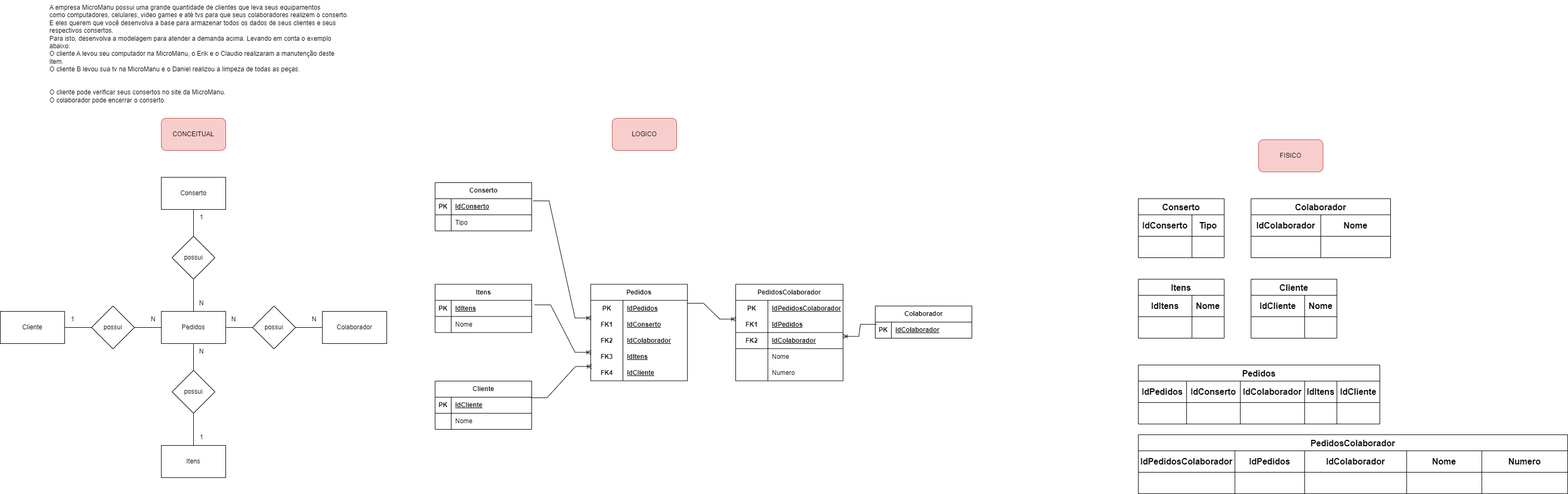
Earlier version of the draw.io export 1.6_micromanu/1.6.completo.drawio.png (prgfe/senai_sprint1_bd). Source tidied: cells renumbered, new cells last; positions are measured from the earlier drawing's top-left corner, leaving out a move shared by most shapes.
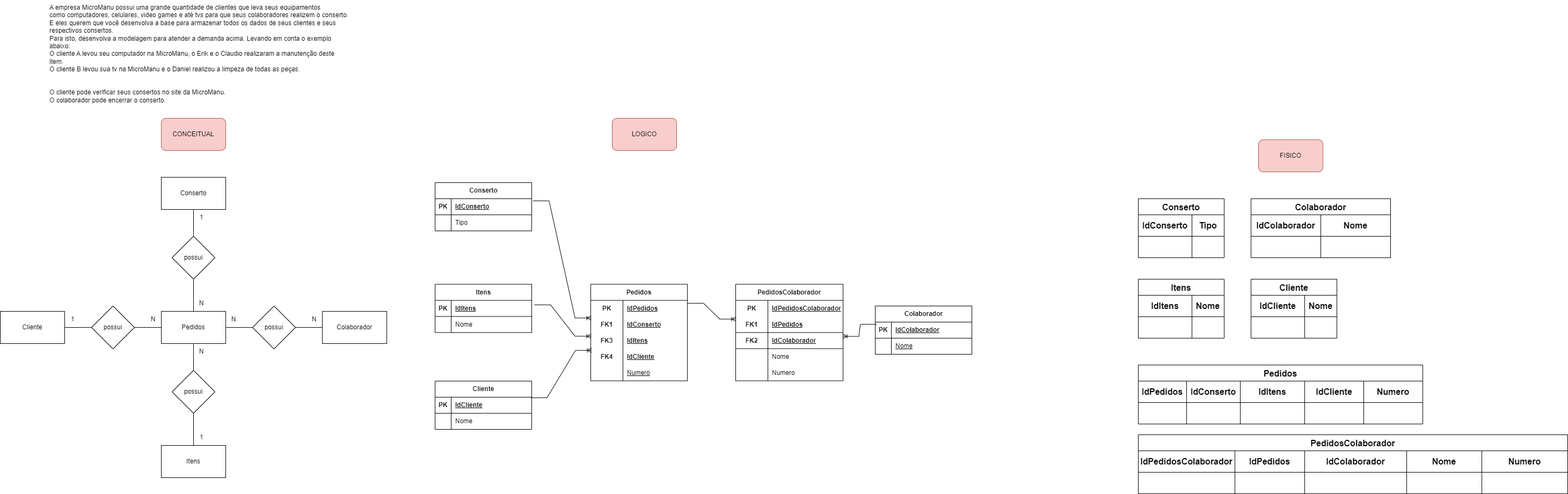
After the change.

Diff of the diagram source:
```diff
@@ -110,17 +110,8 @@
     <mxCell id="37" value="IdConserto" style="shape=partialRectangle;fillColor=none;top=0;left=0;bottom=0;right=0;align=left;spacingLeft=6;fontStyle=5;overflow=hidden;html=1;whiteSpace=wrap;" parent="35" vertex="1">
       <mxGeometry x="60" width="120" height="30" as="geometry" />
     </mxCell>
-    <mxCell id="38" style="shape=tableRow;horizontal=0;startSize=0;swimlaneHead=0;swimlaneBody=0;fillColor=none;top=0;left=0;right=0;bottom=0;html=1;" parent="31" vertex="1">
-      <mxGeometry y="90" width="180" height="30" as="geometry" />
-    </mxCell>
-    <mxCell id="39" value="FK2" style="shape=partialRectangle;fillColor=none;top=0;left=0;bottom=0;right=0;fontStyle=1;overflow=hidden;html=1;whiteSpace=wrap;" parent="38" vertex="1">
-      <mxGeometry width="60" height="30" as="geometry" />
-    </mxCell>
-    <mxCell id="40" value="IdColaborador" style="shape=partialRectangle;fillColor=none;top=0;left=0;bottom=0;right=0;align=left;spacingLeft=6;fontStyle=5;overflow=hidden;html=1;whiteSpace=wrap;" parent="38" vertex="1">
-      <mxGeometry x="60" width="120" height="30" as="geometry" />
-    </mxCell>
     <mxCell id="41" style="shape=tableRow;horizontal=0;startSize=0;swimlaneHead=0;swimlaneBody=0;fillColor=none;points=[[0,0.5],[1,0.5]];portConstraint=eastwest;top=0;left=0;right=0;bottom=0;html=1;" parent="31" vertex="1">
-      <mxGeometry y="120" width="180" height="30" as="geometry" />
+      <mxGeometry y="90" width="180" height="30" as="geometry" />
     </mxCell>
     <mxCell id="42" value="FK3" style="shape=partialRectangle;fillColor=none;top=0;left=0;bottom=0;right=0;fontStyle=1;overflow=hidden;html=1;whiteSpace=wrap;" parent="41" vertex="1">
       <mxGeometry width="60" height="30" as="geometry" />
@@ -129,7 +120,7 @@
       <mxGeometry x="60" width="120" height="30" as="geometry" />
     </mxCell>
     <mxCell id="44" style="shape=tableRow;horizontal=0;startSize=0;swimlaneHead=0;swimlaneBody=0;fillColor=none;points=[[0,0.5],[1,0.5]];portConstraint=eastwest;top=0;left=0;right=0;bottom=0;html=1;" parent="31" vertex="1">
-      <mxGeometry y="150" width="180" height="30" as="geometry" />
+      <mxGeometry y="120" width="180" height="30" as="geometry" />
     </mxCell>
     <mxCell id="45" value="FK4" style="shape=partialRectangle;fillColor=none;top=0;left=0;bottom=0;right=0;fontStyle=1;overflow=hidden;html=1;whiteSpace=wrap;" parent="44" vertex="1">
       <mxGeometry width="60" height="30" as="geometry" />
@@ -137,6 +128,15 @@
     <mxCell id="46" value="IdCliente" style="shape=partialRectangle;fillColor=none;top=0;left=0;bottom=0;right=0;align=left;spacingLeft=6;fontStyle=5;overflow=hidden;html=1;whiteSpace=wrap;" parent="44" vertex="1">
       <mxGeometry x="60" width="120" height="30" as="geometry" />
     </mxCell>
+    <mxCell id="147" style="shape=tableRow;horizontal=0;startSize=0;swimlaneHead=0;swimlaneBody=0;fillColor=none;top=0;left=0;right=0;bottom=0;html=1;" parent="31" vertex="1">
+      <mxGeometry y="150" width="180" height="30" as="geometry" />
+    </mxCell>
+    <mxCell id="148" style="shape=partialRectangle;fillColor=none;top=0;left=0;bottom=0;right=0;fontStyle=1;overflow=hidden;html=1;whiteSpace=wrap;" parent="147" vertex="1">
+      <mxGeometry width="60" height="30" as="geometry" />
+    </mxCell>
+    <mxCell id="149" value="&lt;span style=&quot;font-weight: normal;&quot;&gt;Numero&lt;/span&gt;" style="shape=partialRectangle;fillColor=none;top=0;left=0;bottom=0;right=0;align=left;spacingLeft=6;fontStyle=5;overflow=hidden;html=1;whiteSpace=wrap;" parent="147" vertex="1">
+      <mxGeometry x="60" width="120" height="30" as="geometry" />
+    </mxCell>
     <mxCell id="47" value="Conserto" style="shape=table;startSize=30;rowLines=0;fontStyle=1;align=center;html=1;" parent="1" vertex="1">
       <mxGeometry x="810" y="340" width="180" height="90" as="geometry" />
     </mxCell>
@@ -159,7 +159,7 @@
       <mxGeometry x="30" width="150" height="30" as="geometry" />
     </mxCell>
     <mxCell id="54" value="Colaborador" style="shape=table;startSize=30;rowLines=0;fontStyle=1;align=center;html=1;" parent="1" vertex="1">
-      <mxGeometry x="1630" y="570" width="180" height="60" as="geometry" />
+      <mxGeometry x="1630" y="570" width="180" height="90" as="geometry" />
     </mxCell>
     <mxCell id="55" style="shape=tableRow;horizontal=0;startSize=0;swimlaneHead=0;swimlaneBody=0;fillColor=none;points=[[0,0.5],[1,0.5]];portConstraint=eastwest;top=0;left=0;right=0;bottom=1;" parent="54" vertex="1">
       <mxGeometry y="30" width="180" height="30" as="geometry" />
@@ -170,6 +170,15 @@
     <mxCell id="57" value="IdColaborador" style="shape=partialRectangle;fillColor=none;top=0;left=0;bottom=0;right=0;align=left;spacingLeft=6;fontStyle=5;overflow=hidden;whiteSpace=wrap;html=1;" parent="55" vertex="1">
       <mxGeometry x="30" width="150" height="30" as="geometry" />
     </mxCell>
+    <mxCell id="150" style="shape=tableRow;horizontal=0;startSize=0;swimlaneHead=0;swimlaneBody=0;fillColor=none;top=0;left=0;right=0;bottom=1;" parent="54" vertex="1">
+      <mxGeometry y="60" width="180" height="30" as="geometry" />
+    </mxCell>
+    <mxCell id="151" style="shape=partialRectangle;fillColor=none;top=0;left=0;bottom=0;right=0;fontStyle=1;overflow=hidden;whiteSpace=wrap;html=1;" parent="150" vertex="1">
+      <mxGeometry width="30" height="30" as="geometry" />
+    </mxCell>
+    <mxCell id="152" value="&lt;span style=&quot;font-weight: normal;&quot;&gt;Nome&lt;/span&gt;" style="shape=partialRectangle;fillColor=none;top=0;left=0;bottom=0;right=0;align=left;spacingLeft=6;fontStyle=5;overflow=hidden;whiteSpace=wrap;html=1;" parent="150" vertex="1">
+      <mxGeometry x="30" width="150" height="30" as="geometry" />
+    </mxCell>
     <mxCell id="58" value="Itens" style="shape=table;startSize=30;rowLines=0;fontStyle=1;align=center;html=1;" parent="1" vertex="1">
       <mxGeometry x="810" y="529.5" width="180" height="90" as="geometry" />
     </mxCell>
@@ -297,10 +306,10 @@
       <mxGeometry x="130" width="130" height="40" as="geometry" />
     </mxCell>
     <mxCell id="100" value="Pedidos" style="shape=table;startSize=30;strokeColor=default;fontSize=16;fontStyle=1;" parent="1" vertex="1">
-      <mxGeometry x="2120" y="680" width="450" height="110" as="geometry" />
+      <mxGeometry x="2120" y="680" width="530" height="110" as="geometry" />
     </mxCell>
     <mxCell id="101" style="shape=tableRow;horizontal=0;startSize=0;swimlaneHead=0;swimlaneBody=0;strokeColor=inherit;top=0;left=0;bottom=0;right=0;fillColor=none;fontSize=16;" parent="100" vertex="1">
-      <mxGeometry y="30" width="450" height="40" as="geometry" />
+      <mxGeometry y="30" width="530" height="40" as="geometry" />
     </mxCell>
     <mxCell id="102" value="&lt;span&gt;IdPedidos&lt;/span&gt;" style="shape=partialRectangle;html=1;whiteSpace=wrap;strokeColor=inherit;overflow=hidden;fillColor=none;top=0;left=0;bottom=0;right=0;fontSize=16;fontStyle=1;" parent="101" vertex="1">
       <mxGeometry width="90" height="40" as="geometry" />
@@ -308,17 +317,17 @@
     <mxCell id="103" value="IdConserto" style="shape=partialRectangle;html=1;whiteSpace=wrap;strokeColor=inherit;overflow=hidden;fillColor=none;top=0;left=0;bottom=0;right=0;fontSize=16;fontStyle=1;" parent="101" vertex="1">
       <mxGeometry x="90" width="100" height="40" as="geometry" />
     </mxCell>
-    <mxCell id="104" value="IdColaborador" style="shape=partialRectangle;html=1;whiteSpace=wrap;strokeColor=inherit;overflow=hidden;fillColor=none;top=0;left=0;bottom=0;right=0;fontSize=16;fontStyle=1;" parent="101" vertex="1">
+    <mxCell id="104" value="IdItens" style="shape=partialRectangle;html=1;whiteSpace=wrap;strokeColor=inherit;overflow=hidden;fillColor=none;top=0;left=0;bottom=0;right=0;fontSize=16;fontStyle=1;" parent="101" vertex="1">
       <mxGeometry x="190" width="120" height="40" as="geometry" />
     </mxCell>
-    <mxCell id="105" value="IdItens" style="shape=partialRectangle;html=1;whiteSpace=wrap;strokeColor=inherit;overflow=hidden;fillColor=none;top=0;left=0;bottom=0;right=0;fontSize=16;fontStyle=1;" parent="101" vertex="1">
-      <mxGeometry x="310" width="60" height="40" as="geometry" />
+    <mxCell id="105" value="IdCliente" style="shape=partialRectangle;html=1;whiteSpace=wrap;strokeColor=inherit;overflow=hidden;fillColor=none;top=0;left=0;bottom=0;right=0;fontSize=16;fontStyle=1;" parent="101" vertex="1">
+      <mxGeometry x="310" width="110" height="40" as="geometry" />
     </mxCell>
-    <mxCell id="106" value="IdCliente" style="shape=partialRectangle;html=1;whiteSpace=wrap;strokeColor=inherit;overflow=hidden;fillColor=none;top=0;left=0;bottom=0;right=0;fontSize=16;fontStyle=1;" parent="101" vertex="1">
-      <mxGeometry x="370" width="80" height="40" as="geometry" />
-    </mxCell>
+    <mxCell id="153" value="Numero" style="shape=partialRectangle;html=1;whiteSpace=wrap;strokeColor=inherit;overflow=hidden;fillColor=none;top=0;left=0;bottom=0;right=0;fontSize=16;fontStyle=1;" parent="101" vertex="1">
+      <mxGeometry x="420" width="110" height="40" as="geometry" />
+    </mxCell>
     <mxCell id="107" style="shape=tableRow;horizontal=0;startSize=0;swimlaneHead=0;swimlaneBody=0;strokeColor=inherit;top=0;left=0;bottom=0;right=0;fillColor=none;fontSize=16;" parent="100" vertex="1">
-      <mxGeometry y="70" width="450" height="40" as="geometry" />
+      <mxGeometry y="70" width="530" height="40" as="geometry" />
     </mxCell>
     <mxCell id="108" style="shape=partialRectangle;html=1;whiteSpace=wrap;strokeColor=inherit;overflow=hidden;fillColor=none;top=0;left=0;bottom=0;right=0;fontSize=16;" parent="107" vertex="1">
       <mxGeometry width="90" height="40" as="geometry" />
@@ -330,11 +339,11 @@
       <mxGeometry x="190" width="120" height="40" as="geometry" />
     </mxCell>
     <mxCell id="111" style="shape=partialRectangle;html=1;whiteSpace=wrap;strokeColor=inherit;overflow=hidden;fillColor=none;top=0;left=0;bottom=0;right=0;fontSize=16;" parent="107" vertex="1">
-      <mxGeometry x="310" width="60" height="40" as="geometry" />
+      <mxGeometry x="310" width="110" height="40" as="geometry" />
     </mxCell>
-    <mxCell id="112" style="shape=partialRectangle;html=1;whiteSpace=wrap;strokeColor=inherit;overflow=hidden;fillColor=none;top=0;left=0;bottom=0;right=0;fontSize=16;" parent="107" vertex="1">
-      <mxGeometry x="370" width="80" height="40" as="geometry" />
-    </mxCell>
+    <mxCell id="154" style="shape=partialRectangle;html=1;whiteSpace=wrap;strokeColor=inherit;overflow=hidden;fillColor=none;top=0;left=0;bottom=0;right=0;fontSize=16;" parent="107" vertex="1">
+      <mxGeometry x="420" width="110" height="40" as="geometry" />
+    </mxCell>
     <mxCell id="113" value="PedidosColaborador" style="shape=table;startSize=30;rowLines=0;fontStyle=1;align=center;html=1;whiteSpace=wrap;" parent="1" vertex="1">
       <mxGeometry x="1370" y="529.5" width="200" height="180" as="geometry" />
     </mxCell>
```
